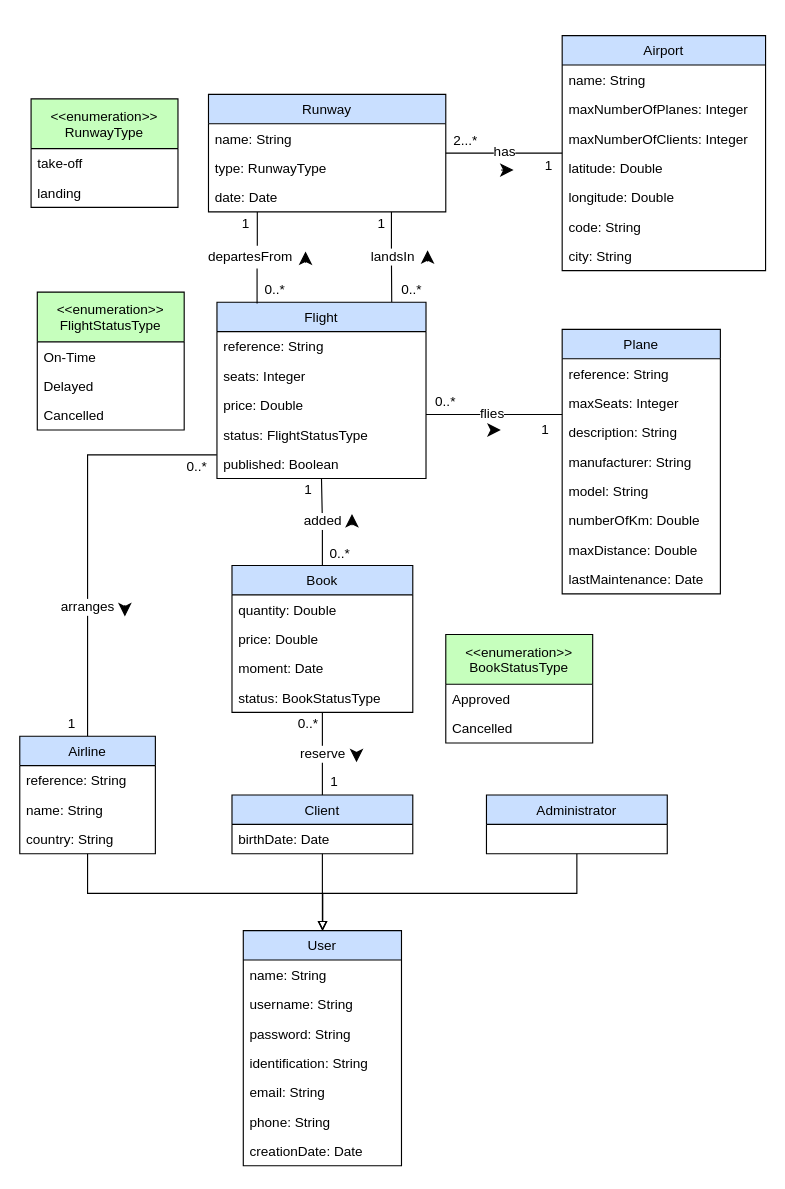
Above: Documentación/Airports_v7.drawio in edubotdom/acme-volar (draw.io), before the change. Source tidied: cells renumbered, new cells numbered last; positions are measured from the earlier drawing's top-left corner, leaving out a move shared by most shapes. Both pictures are drawn from the tidied source at 113%, with x=0, y=0 at pixel (19, 35).
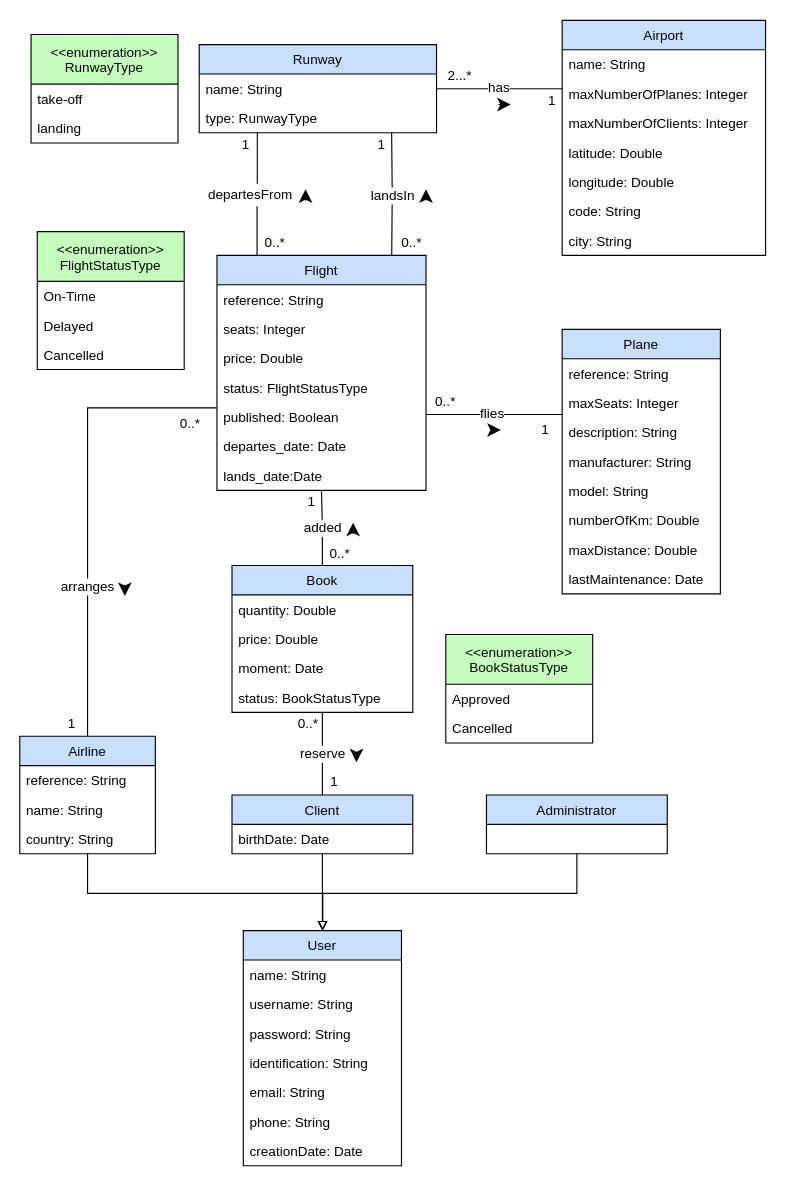
After the change.

Commit message:
UML diagram updated

The edit, as a diff of the source:
```diff
@@
     <mxCell id="2" style="edgeStyle=orthogonalEdgeStyle;rounded=0;jettySize=auto;html=1;endArrow=none;endFill=0;" parent="1" edge="1" source="4" target="50">
-      <mxGeometry relative="1" as="geometry" />
+      <mxGeometry relative="1" as="geometry">
+        <Array as="points">
+          <mxPoint x="460" y="47" />
+          <mxPoint x="460" y="47" />
+        </Array>
+      </mxGeometry>
     </mxCell>
@@
     <mxCell id="4" value="Airport" style="swimlane;fontStyle=0;horizontal=1;startSize=26;fillColor=#C9DFFF;" parent="1" vertex="1">
-      <mxGeometry x="480" width="180" height="208" as="geometry" />
+      <mxGeometry x="480" y="-13.5" width="180" height="208" as="geometry" />
     </mxCell>
@@
     <mxCell id="16" value="Flight" style="swimlane;fontStyle=0;horizontal=1;startSize=26;fillColor=#C9DFFF;" parent="1" vertex="1">
-      <mxGeometry x="174.5" y="236" width="185" height="156" as="geometry" />
+      <mxGeometry x="174.5" y="194.5" width="185" height="208" as="geometry" />
     </mxCell>
@@
+    <mxCell id="98" value="departes_date: Date" style="text;strokeColor=none;fillColor=none;align=left;verticalAlign=top;spacingLeft=4;spacingRight=4;overflow=hidden;" parent="16" vertex="1">
+      <mxGeometry y="156" width="185" height="26" as="geometry" />
+    </mxCell>
+    <mxCell id="99" value="lands_date:Date" style="text;strokeColor=none;fillColor=none;align=left;verticalAlign=top;spacingLeft=4;spacingRight=4;overflow=hidden;" parent="16" vertex="1">
+      <mxGeometry y="182" width="185" height="26" as="geometry" />
+    </mxCell>
@@
-    <mxCell id="47" style="edgeStyle=orthogonalEdgeStyle;rounded=0;jettySize=auto;html=1;endArrow=none;endFill=0;exitX=0.771;exitY=1.001;exitDx=0;exitDy=0;exitPerimeter=0;entryX=0.836;entryY=-0.002;entryDx=0;entryDy=0;entryPerimeter=0;" parent="1" edge="1" source="53" target="16">
-      <mxGeometry relative="1" as="geometry" />
+    <mxCell id="47" style="edgeStyle=orthogonalEdgeStyle;rounded=0;jettySize=auto;html=1;endArrow=none;endFill=0;exitX=0.771;exitY=1.001;exitDx=0;exitDy=0;exitPerimeter=0;entryX=0.836;entryY=-0.002;entryDx=0;entryDy=0;entryPerimeter=0;" parent="1" edge="1" target="16">
+      <mxGeometry relative="1" as="geometry">
+        <mxPoint x="329.1" y="86.1" as="sourcePoint" />
+      </mxGeometry>
     </mxCell>
@@
-    <mxCell id="49" style="edgeStyle=orthogonalEdgeStyle;rounded=0;jettySize=auto;html=1;endArrow=none;endFill=0;" parent="1" edge="1" source="57">
+    <mxCell id="49" style="edgeStyle=orthogonalEdgeStyle;rounded=0;jettySize=auto;html=1;endArrow=none;endFill=0;" parent="1" edge="1" source="57" target="16">
       <mxGeometry relative="1" as="geometry">
-        <mxPoint x="210" y="237" as="targetPoint" />
+        <Array as="points">
+          <mxPoint x="210" y="195" />
+          <mxPoint x="210" y="195" />
+        </Array>
       </mxGeometry>
     </mxCell>
     <mxCell id="50" value="Runway" style="swimlane;fontStyle=0;horizontal=1;startSize=26;fillColor=#C9DFFF;" parent="1" vertex="1">
-      <mxGeometry x="167" y="52" width="210" height="104" as="geometry" />
+      <mxGeometry x="158.8" y="8" width="210" height="78" as="geometry" />
     </mxCell>
@@
-    <mxCell id="53" value="date: Date" style="text;strokeColor=none;fillColor=none;align=left;verticalAlign=top;spacingLeft=4;spacingRight=4;overflow=hidden;points=[[0,0.5],[1,0.5]];portConstraint=eastwest;" parent="50" vertex="1">
-      <mxGeometry y="78" width="210" height="26" as="geometry" />
-    </mxCell>
     <mxCell id="54" value="&lt;&lt;enumeration&gt;&gt;&#10;RunwayType" style="swimlane;fontStyle=0;horizontal=1;startSize=44;fillColor=#C6FFBD;" parent="1" vertex="1">
-      <mxGeometry x="10" y="56" width="130" height="96" as="geometry" />
+      <mxGeometry x="10" y="-1" width="130" height="96" as="geometry" />
     </mxCell>
@@
     <mxCell id="57" value="departesFrom" style="text;html=1;points=[];align=left;verticalAlign=top;spacingTop=-4;" parent="1" vertex="1">
-      <mxGeometry x="165" y="186" width="90" height="20" as="geometry" />
+      <mxGeometry x="165" y="131" width="90" height="20" as="geometry" />
     </mxCell>
     <mxCell id="58" style="edgeStyle=orthogonalEdgeStyle;rounded=0;jettySize=auto;html=1;endArrow=none;endFill=0;" parent="1" edge="1" target="57">
       <mxGeometry relative="1" as="geometry">
-        <mxPoint x="210.2" y="156" as="sourcePoint" />
+        <mxPoint x="210.2" y="86" as="sourcePoint" />
         <Array as="points">
-          <mxPoint x="210" y="162" />
-          <mxPoint x="210" y="162" />
+          <mxPoint x="210" y="92" />
+          <mxPoint x="210" y="92" />
         </Array>
       </mxGeometry>
     </mxCell>
     <mxCell id="59" value="0..*" style="text;html=1;align=left;verticalAlign=top;spacingTop=-4;" parent="1" vertex="1">
-      <mxGeometry x="215" y="215" width="30" height="20" as="geometry" />
+      <mxGeometry x="215" y="173.5" width="30" height="20" as="geometry" />
     </mxCell>
     <mxCell id="60" value="1" style="text;html=1;align=left;verticalAlign=top;spacingTop=-4;" parent="1" vertex="1">
-      <mxGeometry x="195" y="157" width="20" height="20" as="geometry" />
+      <mxGeometry x="195" y="87" width="20" height="20" as="geometry" />
     </mxCell>
     <mxCell id="61" value="1" style="text;html=1;align=left;verticalAlign=top;spacingTop=-4;" parent="1" vertex="1">
-      <mxGeometry x="314.9" y="157" width="20" height="20" as="geometry" />
+      <mxGeometry x="314.9" y="87" width="20" height="20" as="geometry" />
     </mxCell>
     <mxCell id="62" value="0..*" style="text;html=1;align=left;verticalAlign=top;spacingTop=-4;" parent="1" vertex="1">
-      <mxGeometry x="336.3" y="215" width="30" height="20" as="geometry" />
+      <mxGeometry x="336.3" y="173.5" width="30" height="20" as="geometry" />
     </mxCell>
     <mxCell id="63" style="endArrow=classic;html=1;strokeWidth=1;fillColor=#000000;fontSize=6;endSize=9;startSize=7;" parent="1" edge="1">
       <mxGeometry relative="1" as="geometry">
-        <mxPoint x="252.9" y="201" as="sourcePoint" />
-        <mxPoint x="252.9" y="191" as="targetPoint" />
+        <mxPoint x="252.9" y="146" as="sourcePoint" />
+        <mxPoint x="252.9" y="136" as="targetPoint" />
         <Array as="points">
-          <mxPoint x="252.9" y="201" />
+          <mxPoint x="252.9" y="146" />
         </Array>
       </mxGeometry>
     </mxCell>
     <mxCell id="64" style="endArrow=classic;html=1;strokeWidth=1;fillColor=#000000;fontSize=6;endSize=9;startSize=7;" parent="1" edge="1">
       <mxGeometry relative="1" as="geometry">
-        <mxPoint x="360.9" y="200" as="sourcePoint" />
-        <mxPoint x="360.9" y="190" as="targetPoint" />
+        <mxPoint x="359.5" y="146" as="sourcePoint" />
+        <mxPoint x="359.5" y="136" as="targetPoint" />
       </mxGeometry>
     </mxCell>
     <mxCell id="65" value="2...*" style="text;html=1;align=left;verticalAlign=top;spacingTop=-4;fontSize=12;" parent="1" vertex="1">
-      <mxGeometry x="382" y="83" width="30" height="10" as="geometry" />
+      <mxGeometry x="377" y="26" width="30" height="10" as="geometry" />
     </mxCell>
     <mxCell id="66" value="1" style="text;html=1;align=left;verticalAlign=top;spacingTop=-4;fontSize=12;" parent="1" vertex="1">
-      <mxGeometry x="463" y="105" width="20" height="10" as="geometry" />
+      <mxGeometry x="465.5" y="48" width="20" height="10" as="geometry" />
     </mxCell>
@@
     <mxCell id="68" value="0..*" style="text;html=1;align=left;verticalAlign=top;spacingTop=-4;fontSize=12;" parent="1" vertex="1">
-      <mxGeometry x="145.5" y="372" width="30" height="20" as="geometry" />
+      <mxGeometry x="140" y="334" width="30" height="20" as="geometry" />
     </mxCell>
@@
     <mxCell id="71" style="endArrow=classic;html=1;strokeWidth=1;fillColor=#000000;fontSize=6;endSize=9;startSize=7;" parent="1" edge="1">
       <mxGeometry relative="1" as="geometry">
-        <mxPoint x="93" y="504" as="sourcePoint" />
-        <mxPoint x="93" y="514" as="targetPoint" />
+        <mxPoint x="93" y="486" as="sourcePoint" />
+        <mxPoint x="93" y="496" as="targetPoint" />
       </mxGeometry>
     </mxCell>
@@
     <mxCell id="83" style="endArrow=classic;html=1;strokeWidth=1;fillColor=#000000;fontSize=6;endSize=9;startSize=7;" parent="1" edge="1">
       <mxGeometry relative="1" as="geometry">
-        <mxPoint x="294" y="433.4" as="sourcePoint" />
-        <mxPoint x="294" y="423.4" as="targetPoint" />
+        <mxPoint x="295" y="441" as="sourcePoint" />
+        <mxPoint x="295" y="431" as="targetPoint" />
       </mxGeometry>
     </mxCell>
     <mxCell id="84" style="endArrow=classic;html=1;strokeWidth=1;fillColor=#000000;fontSize=6;endSize=9;startSize=7;" parent="1" edge="1">
       <mxGeometry relative="1" as="geometry">
-        <mxPoint x="426" y="119" as="sourcePoint" />
-        <mxPoint x="437" y="119" as="targetPoint" />
+        <mxPoint x="423.5" y="61" as="sourcePoint" />
+        <mxPoint x="434.5" y="61" as="targetPoint" />
       </mxGeometry>
     </mxCell>
@@
     <mxCell id="88" value="1" style="text;html=1;align=center;verticalAlign=middle;" parent="1" vertex="1">
-      <mxGeometry x="245" y="392" width="20" height="20" as="geometry" />
+      <mxGeometry x="248" y="402.5" width="20" height="20" as="geometry" />
     </mxCell>
@@
     <mxCell id="91" value="&lt;&lt;enumeration&gt;&gt;&#10;FlightStatusType" style="swimlane;fontStyle=0;horizontal=1;startSize=44;fillColor=#C6FFBD;" parent="1" vertex="1">
-      <mxGeometry x="15.5" y="227" width="130" height="122" as="geometry" />
+      <mxGeometry x="15.5" y="173.5" width="130" height="122" as="geometry" />
     </mxCell>
```
